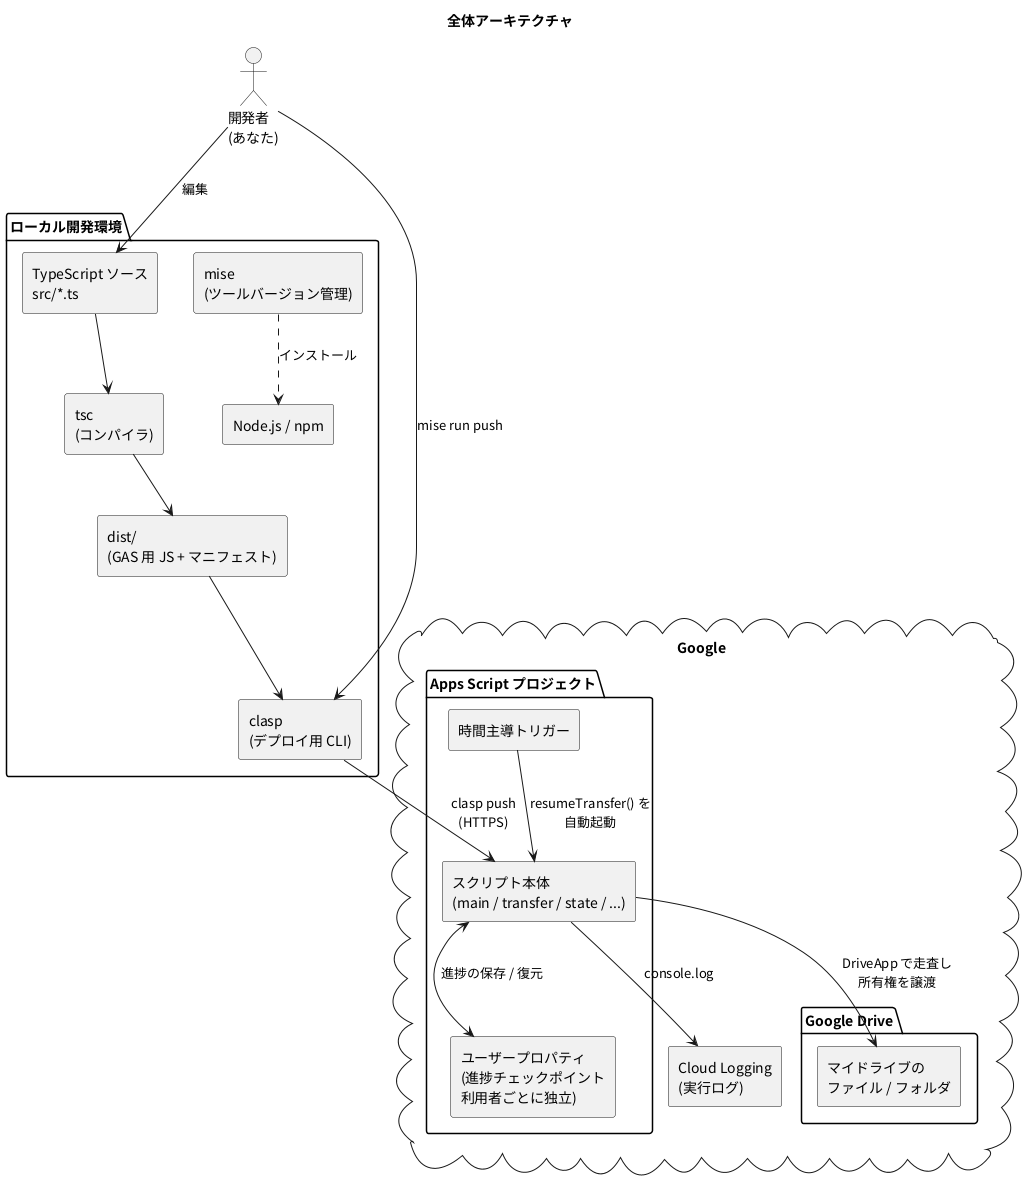
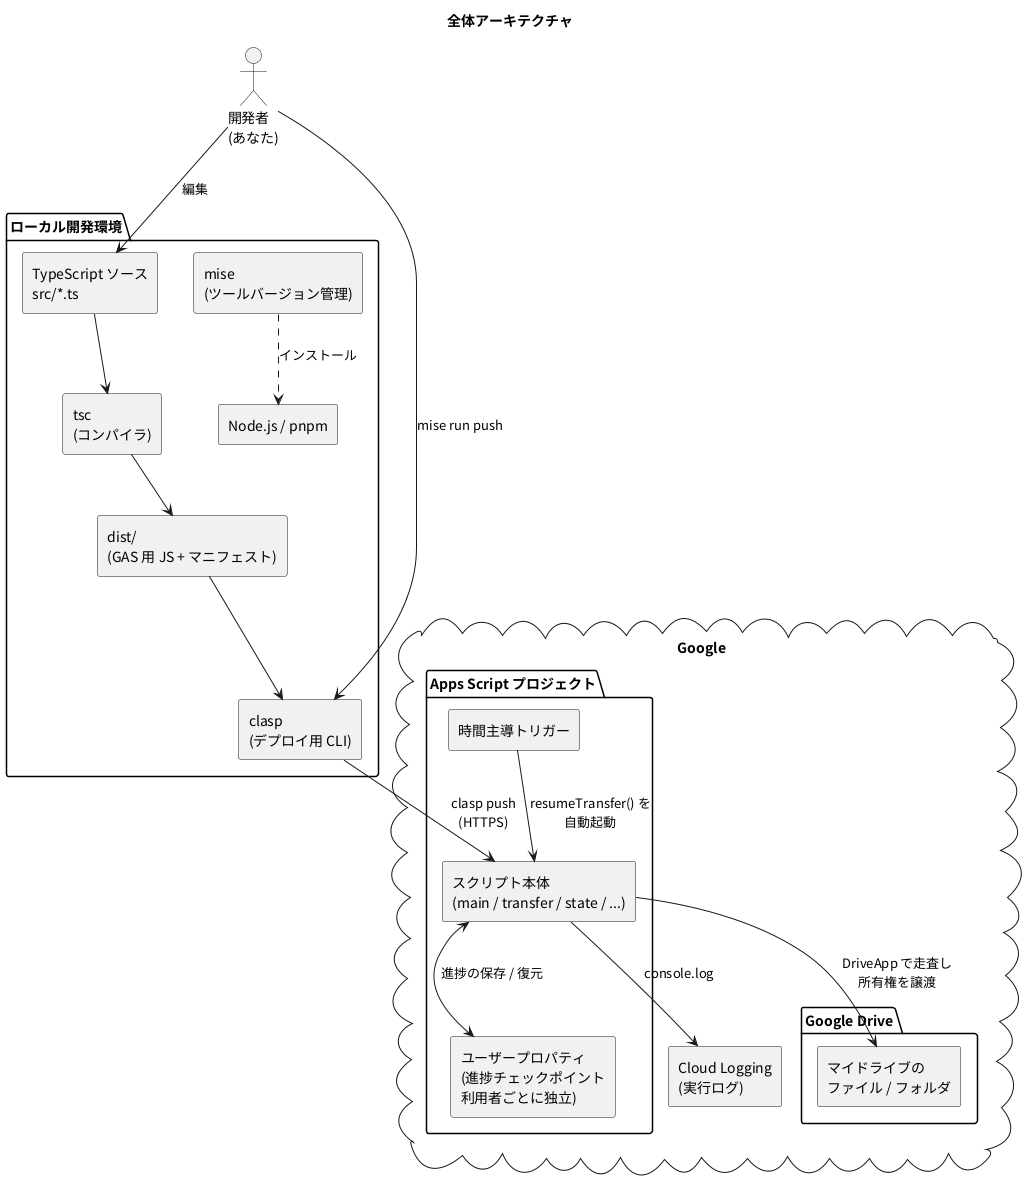
@startuml 01_architecture
title 全体アーキテクチャ
skinparam defaultFontName "Noto Sans CJK JP"
skinparam shadowing false
skinparam componentStyle rectangle

actor "開発者\n(あなた)" as dev

package "ローカル開発環境" {
  component "mise\n(ツールバージョン管理)" as mise
-   component "Node.js / npm" as node
+   component "Node.js / pnpm" as node
  component "TypeScript ソース\nsrc/*.ts" as src
  component "tsc\n(コンパイラ)" as tsc
  component "dist/\n(GAS 用 JS + マニフェスト)" as dist
  component "clasp\n(デプロイ用 CLI)" as clasp

  mise ..> node : インストール
  src --> tsc
  tsc --> dist
  dist --> clasp
}

cloud "Google" {
  package "Apps Script プロジェクト" {
    component "スクリプト本体\n(main / transfer / state / ...)" as gas
    component "時間主導トリガー" as trigger
    component "ユーザープロパティ\n(進捗チェックポイント\n利用者ごとに独立)" as props
  }
  component "Cloud Logging\n(実行ログ)" as logging
  package "Google Drive" {
    component "マイドライブの\nファイル / フォルダ" as drive
  }
}

dev --> src : 編集
dev --> clasp : mise run push
clasp --> gas : clasp push\n(HTTPS)
gas --> drive : DriveApp で走査し\n所有権を譲渡
gas <--> props : 進捗の保存 / 復元
trigger --> gas : resumeTransfer() を\n自動起動
gas --> logging : console.log
@enduml
